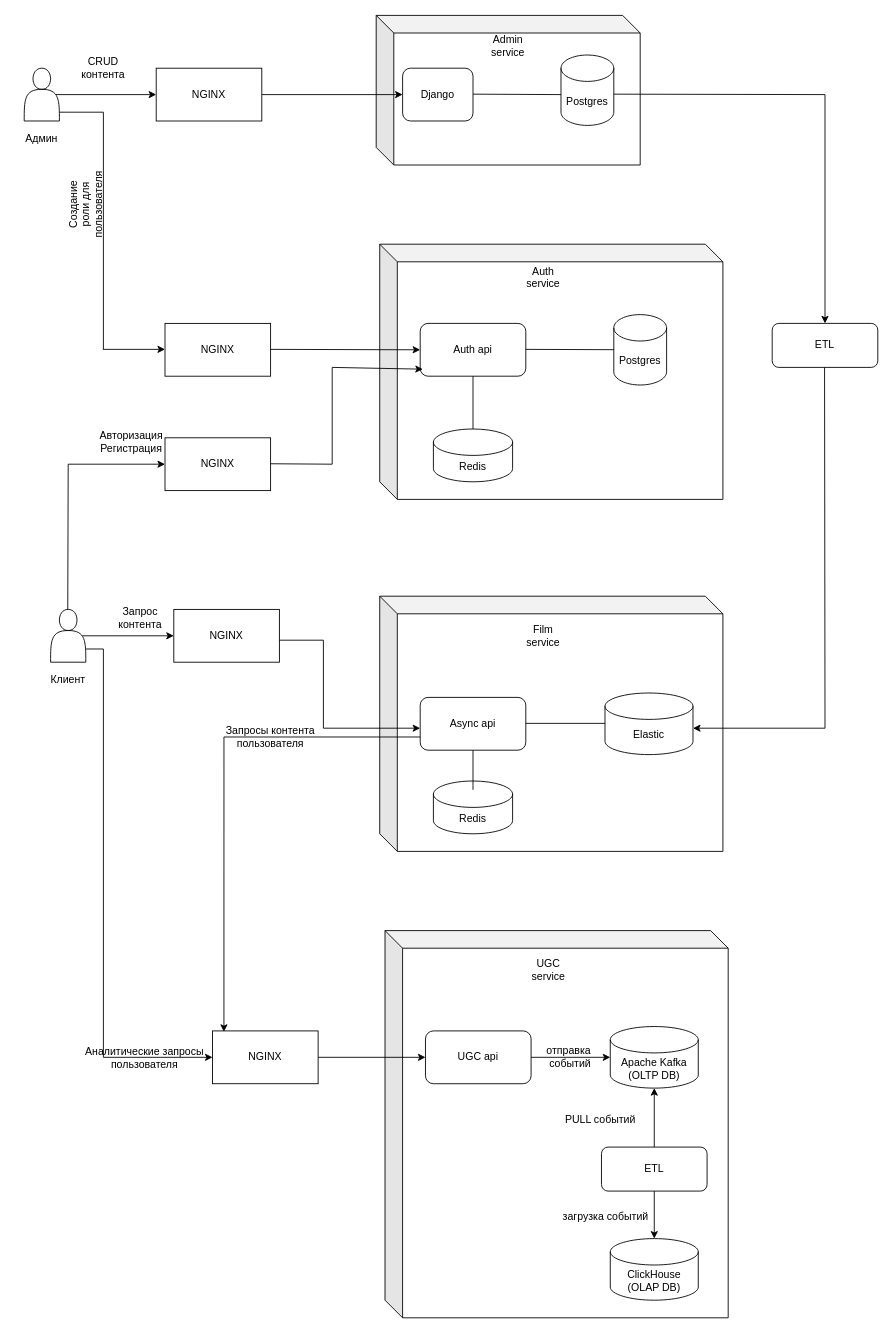
Above: architecture/TO_BE_architecture.drawio in Germanio10/ugc_sprint_1 (draw.io), before the change. Source tidied: cells renumbered, new cells numbered last; positions are measured from the earlier drawing's top-left corner, leaving out a move shared by most shapes. Both pictures are drawn from the tidied source at 88%, with x=0, y=0 at pixel (15, 15).
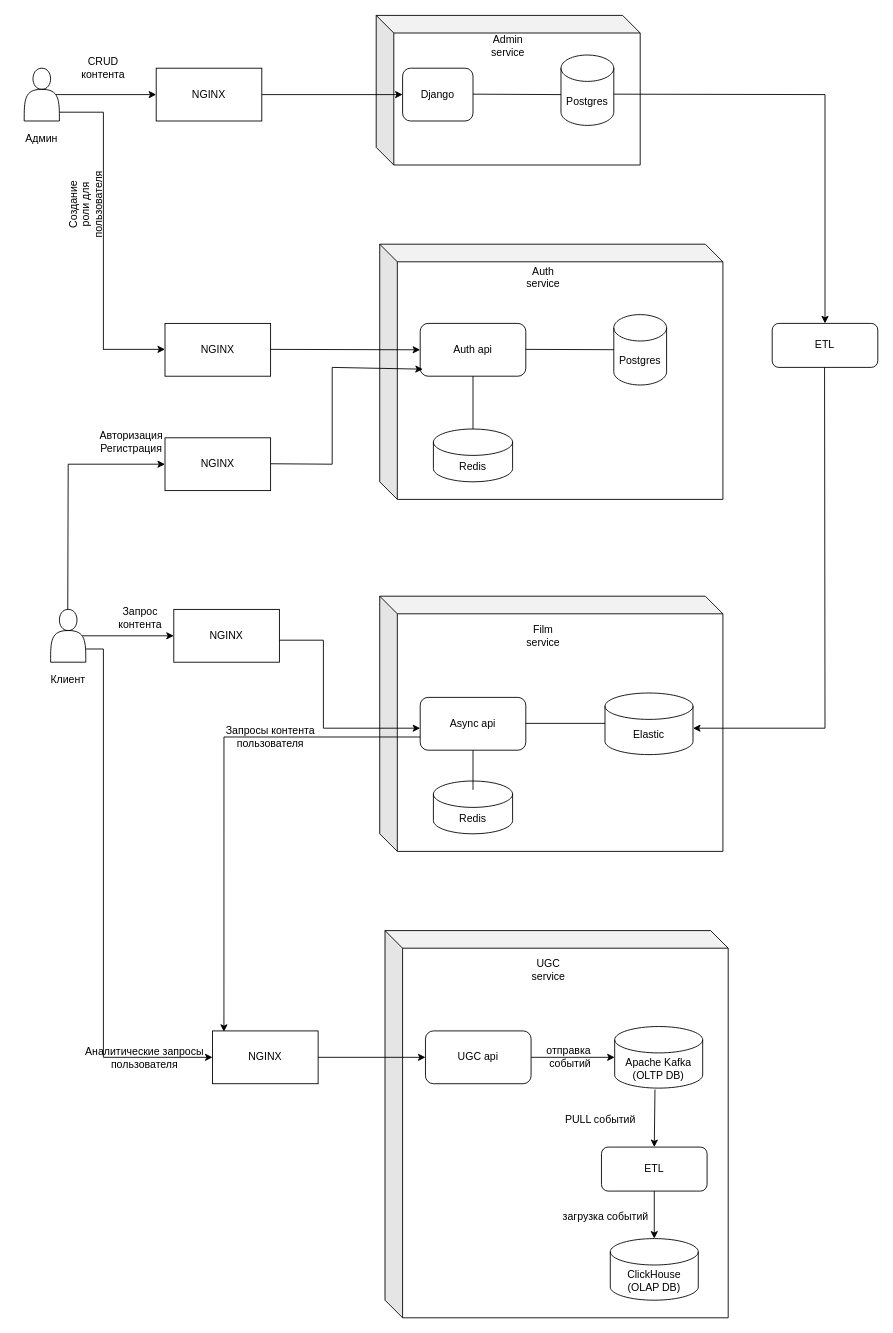
Above is the later version.

Commit message (it also covers changes not shown here):
изм. данные в кафка

The change refers to these unchanged cells:
```xml
<mxCell id="60" value="ETL" style="rounded=1;whiteSpace=wrap;html=1;" parent="1" vertex="1">
  <mxGeometry x="666" y="1286" width="120" height="50" as="geometry" />
</mxCell>
```

Change to the diagram source:
```diff
@@
     <mxCell id="56" value="Apache Kafka&lt;div&gt;(OLTP DB)&lt;/div&gt;" style="shape=cylinder3;whiteSpace=wrap;html=1;boundedLbl=1;backgroundOutline=1;size=15;" parent="1" vertex="1">
-      <mxGeometry x="676" y="1149" width="100" height="70" as="geometry" />
+      <mxGeometry x="681" y="1149" width="100" height="70" as="geometry" />
     </mxCell>
@@
-    <mxCell id="61" style="endArrow=classic;html=1;rounded=0;entryX=0.5;entryY=1;entryDx=0;entryDy=0;entryPerimeter=0;exitX=0.5;exitY=0;exitDx=0;exitDy=0;" parent="1" edge="1" source="60" target="56">
+    <mxCell id="61" style="endArrow=classic;html=1;rounded=0;exitX=0.458;exitY=1.023;exitDx=0;exitDy=0;exitPerimeter=0;entryX=0.5;entryY=0;entryDx=0;entryDy=0;" parent="1" edge="1" source="56" target="60">
       <mxGeometry relative="1" as="geometry" />
     </mxCell>
```
